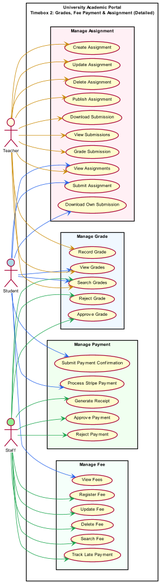
Earlier version of the PlantUML export out/usecase/Timebox2_UseCaseDiagram/Timebox2_UseCaseDiagram.png (KyawMyoHtay1/academic-portal).
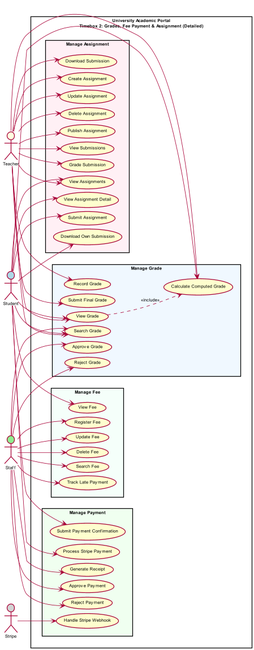
The same file after the commit.

Diff of the diagram source:
```diff
@@ -1,4 +1,4 @@
-@startuml
+@startuml Timebox2_UseCaseDiagram
 left to right direction
 skinparam packageStyle rectangle
 skinparam shadowing false
@@ -13,15 +13,18 @@
 actor Student #LightBlue
 actor Teacher #LightYellow
 actor Staff   #LightGreen
+actor Stripe  #LightGray
 
 rectangle "University Academic Portal\nTimebox 2: Grades, Fee Payment & Assignment (Detailed)" #White {
 
   rectangle "Manage Grade" #AliceBlue {
-    usecase "Record Grade" as UC1
+    usecase "Record Grade" as UC1a
+    usecase "Submit Final Grade" as UC1
     usecase "Approve Grade" as UC2a
     usecase "Reject Grade" as UC2b
-    usecase "View Grades" as UC3
-    usecase "Search Grades" as UC4
+    usecase "View Grade" as UC3
+    usecase "Search Grade" as UC4
+    usecase "Calculate Computed Grade" as UC7
   }
 
   rectangle "Manage Fee" #MintCream {
@@ -29,7 +32,7 @@
     usecase "Update Fee" as UC5b
     usecase "Delete Fee" as UC5c
     usecase "Search Fee" as UC5d
-    usecase "View Fees" as UC5
+    usecase "View Fee" as UC5
     usecase "Track Late Payment" as UC5e
   }
 
@@ -38,6 +41,7 @@
     usecase "Process Stripe Payment" as UC6b
     usecase "Approve Payment" as UC6c
     usecase "Reject Payment" as UC6d
+    usecase "Handle Stripe Webhook" as UC6f
     usecase "Generate Receipt" as UC6e
   }
 
@@ -50,42 +54,51 @@
     usecase "View Submissions" as UC10e
     usecase "Grade Submission" as UC12
     usecase "Download Submission" as UC10f
+    usecase "View Assignment Detail" as UC11c
     usecase "Submit Assignment" as UC11
     usecase "Download Own Submission" as UC11b
   }
 }
 
-Student -[#2563EB]-> UC3
-Student -[#2563EB]-> UC4
-Student -[#2563EB]-> UC5
-Student -[#2563EB]-> UC6a
-Student -[#2563EB]-> UC6b
-Student -[#2563EB]-> UC11
-Student -[#2563EB]-> UC11b
-Student -[#2563EB]-> UC13
+UC3 ..> UC7 : <<include>>
 
-Teacher -[#CA8A04]-> UC1
-Teacher -[#CA8A04]-> UC3
-Teacher -[#CA8A04]-> UC4
-Teacher -[#CA8A04]-> UC10a
-Teacher -[#CA8A04]-> UC10b
-Teacher -[#CA8A04]-> UC10c
-Teacher -[#CA8A04]-> UC10d
-Teacher -[#CA8A04]-> UC10e
-Teacher -[#CA8A04]-> UC10f
-Teacher -[#CA8A04]-> UC12
-Teacher -[#CA8A04]-> UC13
+Student --> UC3
+Student --> UC4
+Student --> UC7
+Student --> UC5
+Student --> UC6a
+Student --> UC6b
+Student --> UC11c
+Student --> UC11
+Student --> UC11b
+Student --> UC13
 
-Staff -[#16A34A]-> UC2a
-Staff -[#16A34A]-> UC2b
-Staff -[#16A34A]-> UC4
-Staff -[#16A34A]-> UC5a
-Staff -[#16A34A]-> UC5b
-Staff -[#16A34A]-> UC5c
-Staff -[#16A34A]-> UC5d
-Staff -[#16A34A]-> UC5e
-Staff -[#16A34A]-> UC6c
-Staff -[#16A34A]-> UC6d
-Staff -[#16A34A]-> UC6e
+Teacher --> UC1a
+Teacher --> UC1
+Teacher --> UC3
+Teacher --> UC4
+Teacher --> UC7
+Teacher --> UC10a
+Teacher --> UC10b
+Teacher --> UC10c
+Teacher --> UC10d
+Teacher --> UC10e
+Teacher --> UC10f
+Teacher --> UC12
+Teacher --> UC13
+
+Staff --> UC2a
+Staff --> UC2b
+Staff --> UC4
+Staff --> UC5a
+Staff --> UC5b
+Staff --> UC5c
+Staff --> UC5d
+Staff --> UC5e
+Staff --> UC6c
+Staff --> UC6d
+Staff --> UC6e
+
+Stripe --> UC6f
 
 @enduml
```
